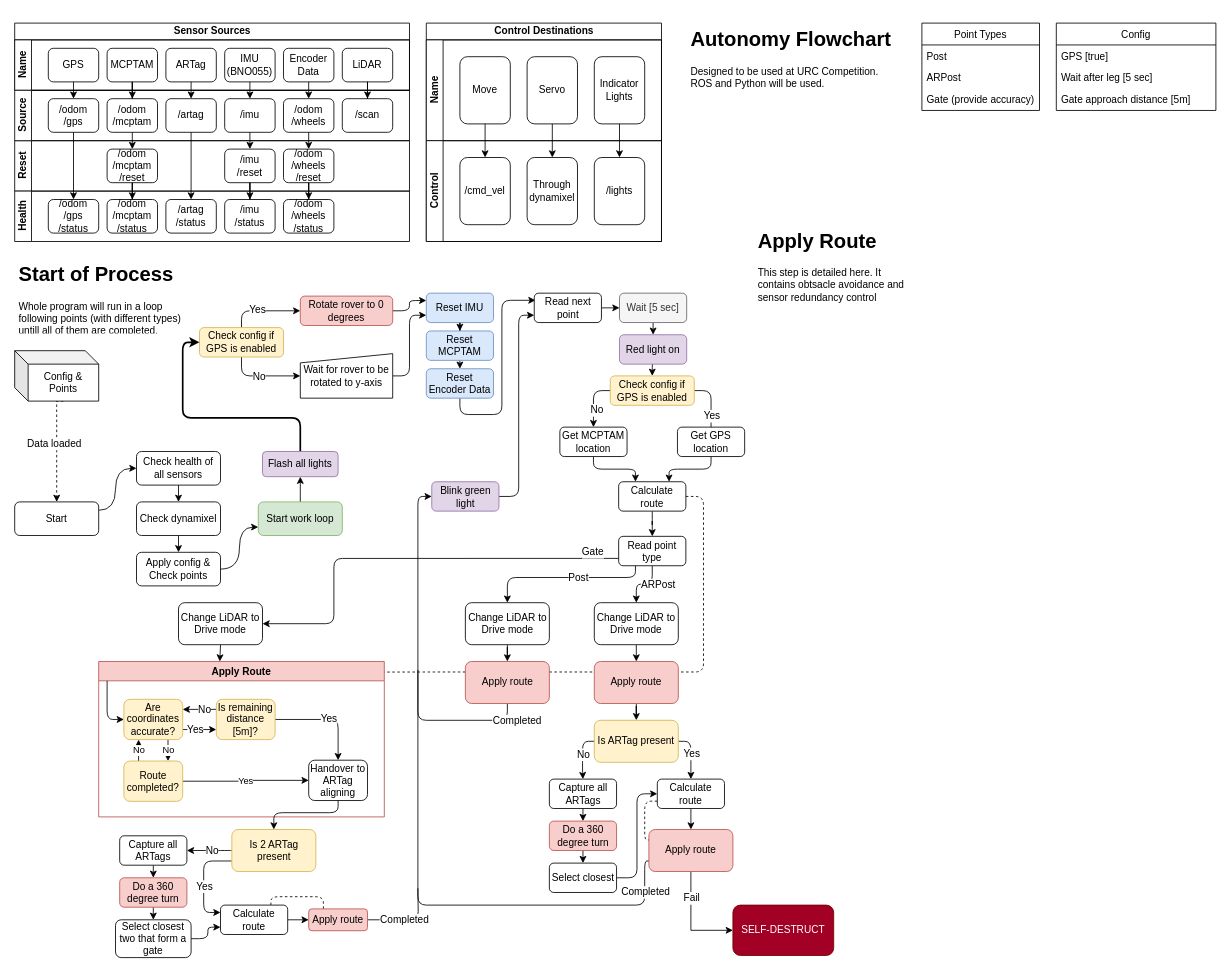
This is Autonomous/Autonomy Flowchart.drawio from OzURover/OzURover, a draw.io file, before an edit. Source tidied: cells renumbered, new cells numbered last; positions are measured from the earlier drawing's top-left corner, leaving out a move shared by most shapes. Both pictures are drawn from the tidied source at 84%, with x=0, y=0 at pixel (14, 23).
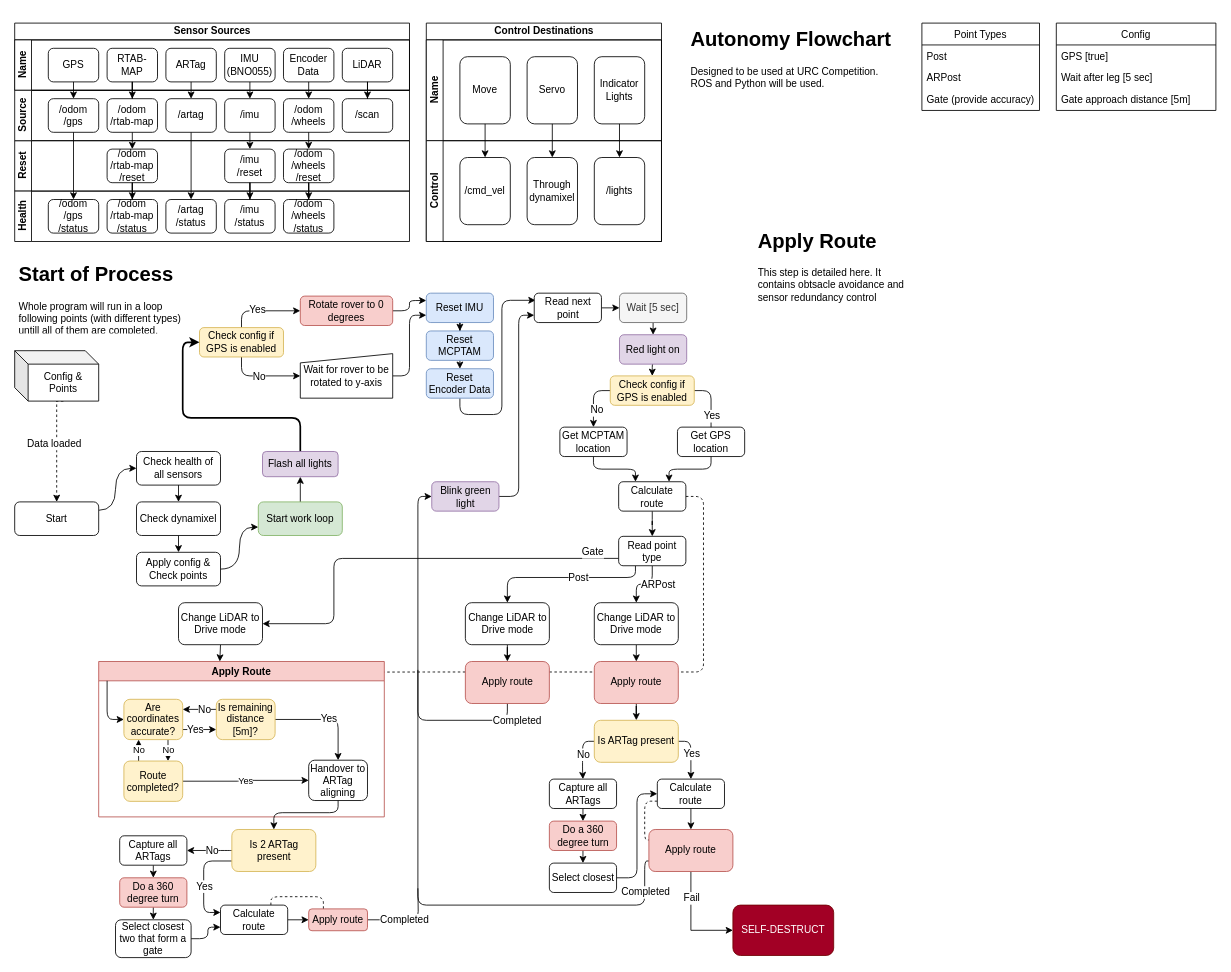
After the change.

The change refers to these unchanged cells:
```xml
<mxCell id="3" value="Name" style="swimlane;html=1;startSize=20;horizontal=0;" parent="2" vertex="1">
  <mxGeometry y="20" width="470" height="60" as="geometry" />
</mxCell>
<mxCell id="11" value="Reset" style="swimlane;html=1;startSize=20;horizontal=0;" parent="1" vertex="1">
  <mxGeometry y="140" width="470" height="60" as="geometry" />
</mxCell>
<mxCell id="15" value="Source" style="swimlane;html=1;startSize=20;horizontal=0;" parent="11" vertex="1">
  <mxGeometry y="-60" width="470" height="60" as="geometry" />
</mxCell>
<mxCell id="25" value="Health" style="swimlane;html=1;startSize=20;horizontal=0;" parent="1" vertex="1">
  <mxGeometry y="200" width="470" height="60" as="geometry" />
</mxCell>
```

What changed in the source:
```diff
@@
-    <mxCell id="5" value="MCPTAM" style="rounded=1;whiteSpace=wrap;html=1;" parent="3" vertex="1">
+    <mxCell id="5" value="RTAB-MAP" style="rounded=1;whiteSpace=wrap;html=1;" parent="3" vertex="1">
       <mxGeometry x="110" y="10" width="60" height="40" as="geometry" />
     </mxCell>
@@
-    <mxCell id="12" value="/odom&lt;br&gt;/mcptam&lt;br&gt;/reset" style="rounded=1;whiteSpace=wrap;html=1;" parent="11" vertex="1">
+    <mxCell id="12" value="/odom&lt;br&gt;/rtab-map&lt;br&gt;/reset" style="rounded=1;whiteSpace=wrap;html=1;" parent="11" vertex="1">
       <mxGeometry x="110" y="10" width="60" height="40" as="geometry" />
     </mxCell>
@@
-    <mxCell id="17" value="/odom&lt;br&gt;/mcptam" style="rounded=1;whiteSpace=wrap;html=1;" parent="15" vertex="1">
+    <mxCell id="17" value="/odom&lt;br&gt;/rtab-map" style="rounded=1;whiteSpace=wrap;html=1;" parent="15" vertex="1">
       <mxGeometry x="110" y="10" width="60" height="40" as="geometry" />
     </mxCell>
@@
-    <mxCell id="27" value="/odom&lt;br&gt;/mcptam&lt;br&gt;/status" style="rounded=1;whiteSpace=wrap;html=1;" parent="25" vertex="1">
+    <mxCell id="27" value="/odom&lt;br&gt;/rtab-map&lt;br&gt;/status" style="rounded=1;whiteSpace=wrap;html=1;" parent="25" vertex="1">
       <mxGeometry x="110" y="10" width="60" height="40" as="geometry" />
     </mxCell>
```
